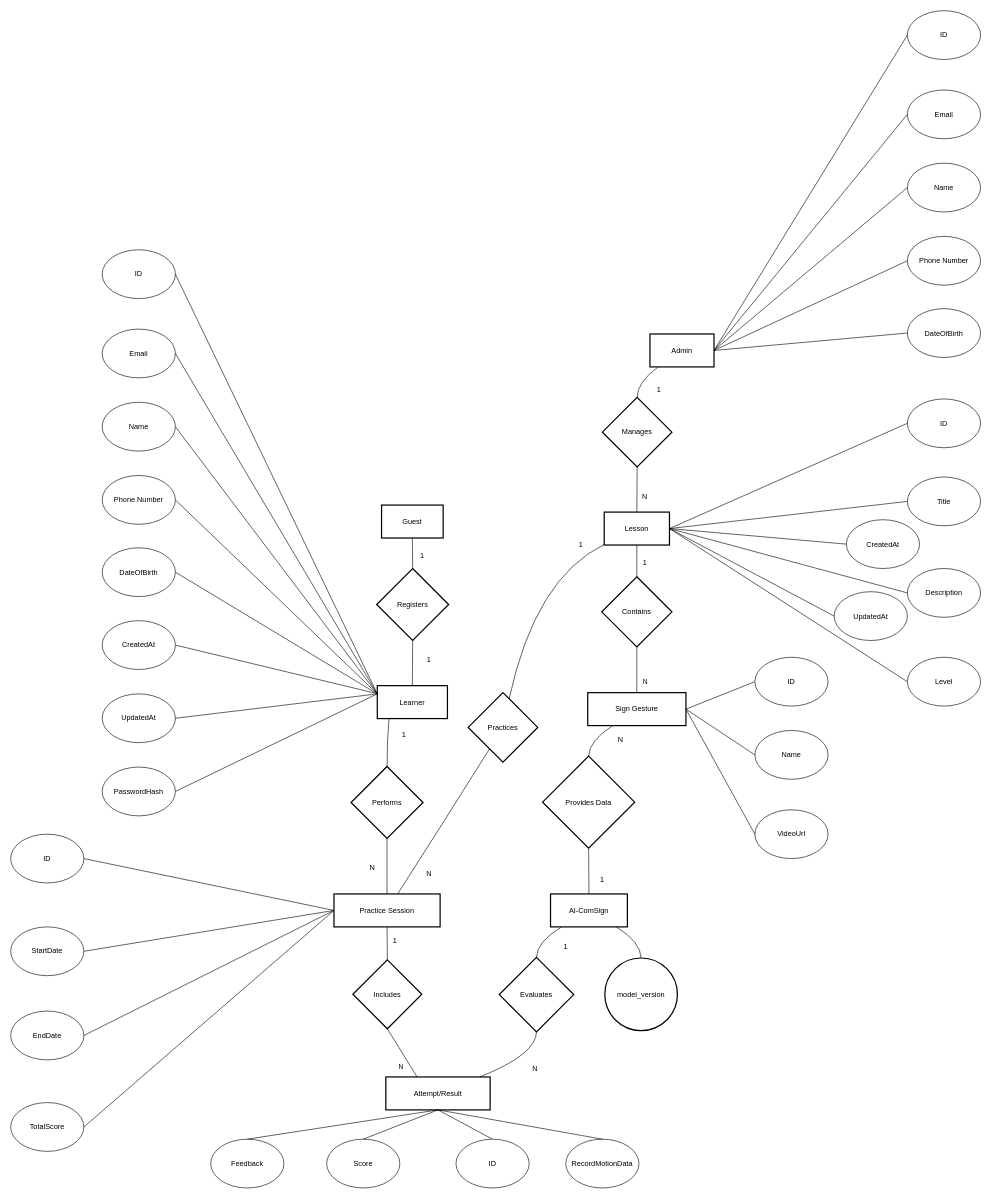
Earlier version of the draw.io diagram docs/ConceptualERD.drawio (CtrlConquerors/AI-ComSign). Source tidied: cells renumbered, new cells numbered last; positions are measured from the earlier drawing's top-left corner, leaving out a move shared by most shapes. Both pictures are drawn from the tidied source at 61%, with x=0, y=0 at pixel (10, 10).
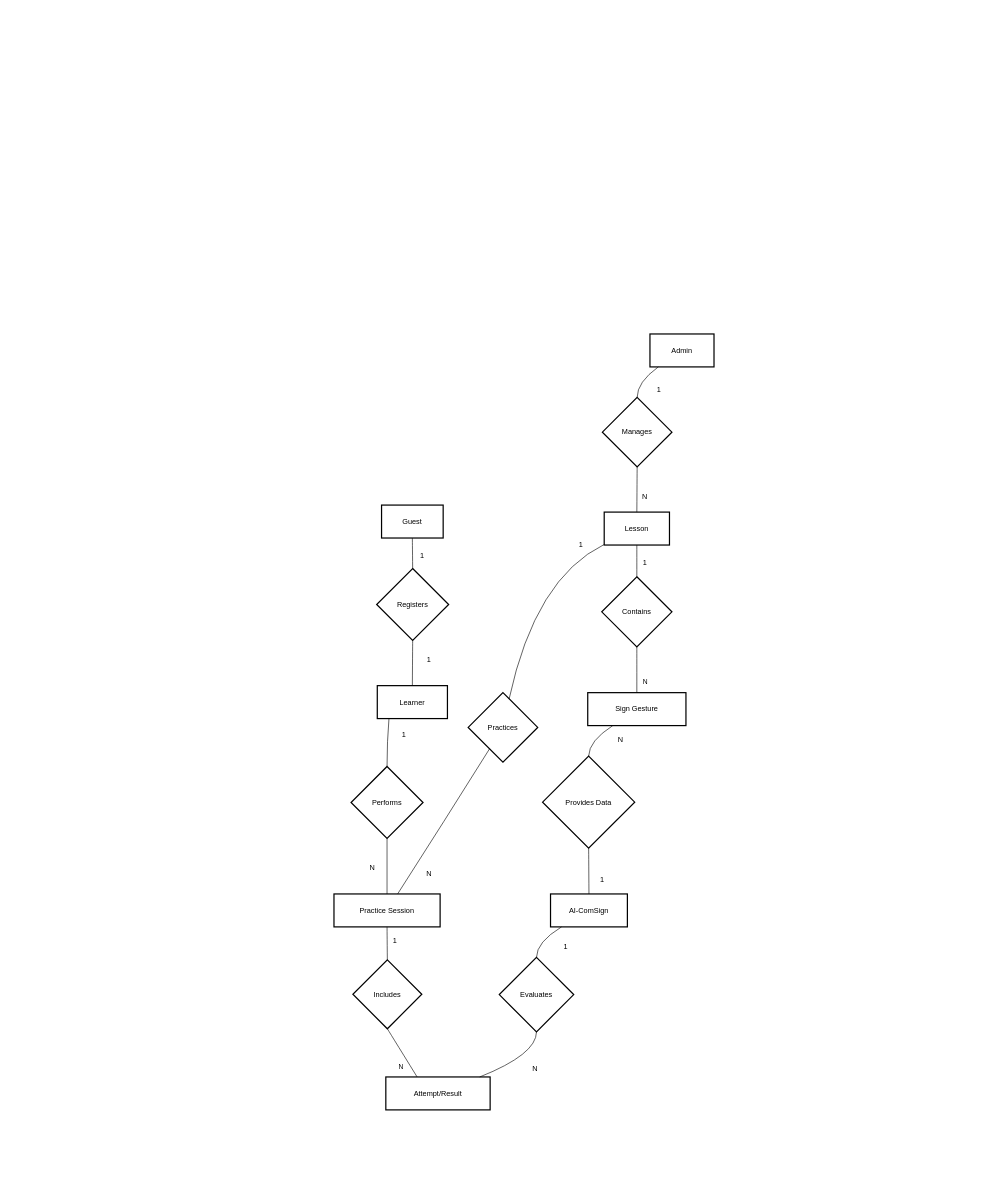
The same diagram, later.

Commit message:
docs: remove entities attributes

Unchanged cells that the change refers to:
```xml
<mxCell id="3" value="Learner" style="whiteSpace=wrap;strokeWidth=2;" parent="1" vertex="1">
  <mxGeometry x="601" y="1106.5" width="115" height="54" as="geometry" />
</mxCell>
<mxCell id="4" value="Admin" style="whiteSpace=wrap;strokeWidth=2;" parent="1" vertex="1">
  <mxGeometry x="1048" y="530" width="105" height="54" as="geometry" />
</mxCell>
<mxCell id="5" value="AI-ComSign" style="whiteSpace=wrap;strokeWidth=2;" parent="1" vertex="1">
  <mxGeometry x="885" y="1448" width="126" height="54" as="geometry" />
</mxCell>
<mxCell id="6" value="Lesson" style="whiteSpace=wrap;strokeWidth=2;" parent="1" vertex="1">
  <mxGeometry x="973" y="822" width="107" height="54" as="geometry" />
</mxCell>
<mxCell id="7" value="Sign Gesture" style="whiteSpace=wrap;strokeWidth=2;" parent="1" vertex="1">
  <mxGeometry x="946" y="1118" width="161" height="54" as="geometry" />
</mxCell>
<mxCell id="8" value="Practice Session" style="whiteSpace=wrap;strokeWidth=2;" parent="1" vertex="1">
  <mxGeometry x="530" y="1448" width="174" height="54" as="geometry" />
</mxCell>
<mxCell id="9" value="Attempt/Result" style="whiteSpace=wrap;strokeWidth=2;" parent="1" vertex="1">
  <mxGeometry x="615" y="1748" width="171" height="54" as="geometry" />
</mxCell>
```

Change to the diagram source:
```diff
@@
-    <mxCell id="22" value="model_version" style="ellipse;strokeWidth=2;whiteSpace=wrap;" parent="1" vertex="1">
-      <mxGeometry x="974" y="1553" width="119" height="119" as="geometry" />
-    </mxCell>
@@
-    <mxCell id="36" style="curved=1;startArrow=none;endArrow=none;exitX=0.85;exitY=0.99;entryX=0.5;entryY=0;rounded=0;" parent="1" edge="1" source="5" target="22">
-      <mxGeometry relative="1" as="geometry">
-        <Array as="points">
-          <mxPoint x="1033" y="1527" />
-        </Array>
-      </mxGeometry>
-    </mxCell>
-    <mxCell id="37" style="curved=1;startArrow=none;endArrow=none;exitX=0.5;exitY=1;entryX=0.5;entryY=0;rounded=0;entryDx=0;entryDy=0;" parent="1" edge="1" source="9" target="52">
-      <mxGeometry relative="1" as="geometry" />
-    </mxCell>
@@
-    <mxCell id="44" value="Name" style="ellipse;whiteSpace=wrap;html=1;" parent="1" vertex="1">
-      <mxGeometry x="150" y="642" width="120" height="80" as="geometry" />
-    </mxCell>
-    <mxCell id="45" value="Phone Number" style="ellipse;whiteSpace=wrap;html=1;" parent="1" vertex="1">
-      <mxGeometry x="150" y="762" width="120" height="80" as="geometry" />
-    </mxCell>
-    <mxCell id="46" value="Email" style="ellipse;whiteSpace=wrap;html=1;" parent="1" vertex="1">
-      <mxGeometry x="150" y="522" width="120" height="80" as="geometry" />
-    </mxCell>
-    <mxCell id="47" value="DateOfBirth" style="ellipse;whiteSpace=wrap;html=1;" parent="1" vertex="1">
-      <mxGeometry x="150" y="880.5" width="120" height="80" as="geometry" />
-    </mxCell>
-    <mxCell id="48" style="endArrow=none;html=1;rounded=0;entryX=0;entryY=0.25;entryDx=0;entryDy=0;exitX=1;exitY=0.5;exitDx=0;exitDy=0;" parent="1" edge="1" source="46" target="3">
-      <mxGeometry relative="1" as="geometry" />
-    </mxCell>
-    <mxCell id="49" style="endArrow=none;html=1;rounded=0;entryX=0;entryY=0.25;entryDx=0;entryDy=0;exitX=1;exitY=0.5;exitDx=0;exitDy=0;" parent="1" edge="1" source="44" target="3">
-      <mxGeometry relative="1" as="geometry" />
-    </mxCell>
-    <mxCell id="50" style="endArrow=none;html=1;rounded=0;entryX=0;entryY=0.25;entryDx=0;entryDy=0;exitX=1;exitY=0.5;exitDx=0;exitDy=0;" parent="1" edge="1" source="45" target="3">
-      <mxGeometry relative="1" as="geometry" />
-    </mxCell>
-    <mxCell id="51" style="endArrow=none;html=1;rounded=0;entryX=0;entryY=0.25;entryDx=0;entryDy=0;exitX=1;exitY=0.5;exitDx=0;exitDy=0;" parent="1" edge="1" source="47" target="3">
-      <mxGeometry relative="1" as="geometry" />
-    </mxCell>
-    <mxCell id="52" value="ID" style="ellipse;whiteSpace=wrap;html=1;" parent="1" vertex="1">
-      <mxGeometry x="730" y="1850" width="120" height="80" as="geometry" />
-    </mxCell>
-    <mxCell id="53" value="Score" style="ellipse;whiteSpace=wrap;html=1;" parent="1" vertex="1">
-      <mxGeometry x="518" y="1850" width="120" height="80" as="geometry" />
-    </mxCell>
-    <mxCell id="54" style="curved=1;startArrow=none;endArrow=none;exitX=0.5;exitY=1;entryX=0.5;entryY=0;rounded=0;entryDx=0;entryDy=0;exitDx=0;exitDy=0;" parent="1" edge="1" source="9" target="53">
-      <mxGeometry relative="1" as="geometry" />
-    </mxCell>
-    <mxCell id="55" value="RecordMotionData" style="ellipse;whiteSpace=wrap;html=1;" parent="1" vertex="1">
-      <mxGeometry x="910" y="1850" width="120" height="80" as="geometry" />
-    </mxCell>
-    <mxCell id="56" style="curved=1;startArrow=none;endArrow=none;exitX=0.5;exitY=1;entryX=0.5;entryY=0;rounded=0;entryDx=0;entryDy=0;exitDx=0;exitDy=0;" parent="1" edge="1" source="9" target="55">
-      <mxGeometry relative="1" as="geometry" />
-    </mxCell>
@@
-    <mxCell id="59" value="Feedback" style="ellipse;whiteSpace=wrap;html=1;" parent="1" vertex="1">
-      <mxGeometry x="328" y="1850" width="120" height="80" as="geometry" />
-    </mxCell>
-    <mxCell id="60" style="endArrow=none;html=1;rounded=0;entryX=0.5;entryY=1;entryDx=0;entryDy=0;exitX=0.5;exitY=0;exitDx=0;exitDy=0;" parent="1" edge="1" source="59" target="9">
-      <mxGeometry relative="1" as="geometry" />
-    </mxCell>
-    <mxCell id="61" value="ID" style="ellipse;whiteSpace=wrap;html=1;" parent="1" vertex="1">
-      <mxGeometry x="150" y="392" width="120" height="80" as="geometry" />
-    </mxCell>
-    <mxCell id="62" style="endArrow=none;html=1;rounded=0;entryX=0;entryY=0.25;entryDx=0;entryDy=0;exitX=1;exitY=0.5;exitDx=0;exitDy=0;" parent="1" edge="1" source="61" target="3">
-      <mxGeometry relative="1" as="geometry" />
-    </mxCell>
-    <mxCell id="63" value="Name" style="ellipse;whiteSpace=wrap;html=1;" parent="1" vertex="1">
-      <mxGeometry x="1470" y="250" width="120" height="80" as="geometry" />
-    </mxCell>
-    <mxCell id="64" value="Phone Number" style="ellipse;whiteSpace=wrap;html=1;" parent="1" vertex="1">
-      <mxGeometry x="1470" y="370" width="120" height="80" as="geometry" />
-    </mxCell>
-    <mxCell id="65" value="Email" style="ellipse;whiteSpace=wrap;html=1;" parent="1" vertex="1">
-      <mxGeometry x="1470" y="130" width="120" height="80" as="geometry" />
-    </mxCell>
-    <mxCell id="66" value="DateOfBirth" style="ellipse;whiteSpace=wrap;html=1;" parent="1" vertex="1">
-      <mxGeometry x="1470" y="488.5" width="120" height="80" as="geometry" />
-    </mxCell>
-    <mxCell id="67" value="ID" style="ellipse;whiteSpace=wrap;html=1;" parent="1" vertex="1">
-      <mxGeometry x="1470" width="120" height="80" as="geometry" />
-    </mxCell>
-    <mxCell id="68" style="endArrow=none;html=1;rounded=0;entryX=0;entryY=0.5;entryDx=0;entryDy=0;exitX=1;exitY=0.5;exitDx=0;exitDy=0;" parent="1" edge="1" source="4" target="67">
-      <mxGeometry relative="1" as="geometry" />
-    </mxCell>
-    <mxCell id="69" style="endArrow=none;html=1;rounded=0;entryX=0;entryY=0.5;entryDx=0;entryDy=0;exitX=1;exitY=0.5;exitDx=0;exitDy=0;" parent="1" edge="1" source="4" target="65">
-      <mxGeometry relative="1" as="geometry" />
-    </mxCell>
-    <mxCell id="70" style="endArrow=none;html=1;rounded=0;entryX=0;entryY=0.5;entryDx=0;entryDy=0;exitX=1;exitY=0.5;exitDx=0;exitDy=0;" parent="1" edge="1" source="4" target="63">
-      <mxGeometry relative="1" as="geometry" />
-    </mxCell>
-    <mxCell id="71" style="endArrow=none;html=1;rounded=0;entryX=0;entryY=0.5;entryDx=0;entryDy=0;exitX=1;exitY=0.5;exitDx=0;exitDy=0;" parent="1" edge="1" source="4" target="64">
-      <mxGeometry relative="1" as="geometry" />
-    </mxCell>
-    <mxCell id="72" style="endArrow=none;html=1;rounded=0;entryX=0;entryY=0.5;entryDx=0;entryDy=0;exitX=1;exitY=0.5;exitDx=0;exitDy=0;" parent="1" edge="1" source="4" target="66">
-      <mxGeometry relative="1" as="geometry" />
-    </mxCell>
@@
-    <mxCell id="76" value="ID" style="ellipse;whiteSpace=wrap;html=1;" parent="1" vertex="1">
-      <mxGeometry x="1220" y="1060" width="120" height="80" as="geometry" />
-    </mxCell>
-    <mxCell id="77" style="endArrow=none;html=1;rounded=0;entryX=0;entryY=0.5;entryDx=0;entryDy=0;exitX=1;exitY=0.5;exitDx=0;exitDy=0;" parent="1" edge="1" source="7" target="76">
-      <mxGeometry relative="1" as="geometry" />
-    </mxCell>
-    <mxCell id="78" value="Name" style="ellipse;whiteSpace=wrap;html=1;" parent="1" vertex="1">
-      <mxGeometry x="1220" y="1180" width="120" height="80" as="geometry" />
-    </mxCell>
-    <mxCell id="79" style="endArrow=none;html=1;rounded=0;entryX=0;entryY=0.5;entryDx=0;entryDy=0;exitX=1;exitY=0.5;exitDx=0;exitDy=0;" parent="1" edge="1" source="7" target="78">
-      <mxGeometry relative="1" as="geometry" />
-    </mxCell>
-    <mxCell id="80" value="VideoUrl" style="ellipse;whiteSpace=wrap;html=1;" parent="1" vertex="1">
-      <mxGeometry x="1220" y="1310" width="120" height="80" as="geometry" />
-    </mxCell>
-    <mxCell id="81" style="endArrow=none;html=1;rounded=0;entryX=0;entryY=0.5;entryDx=0;entryDy=0;exitX=1;exitY=0.5;exitDx=0;exitDy=0;" parent="1" edge="1" source="7" target="80">
-      <mxGeometry relative="1" as="geometry" />
-    </mxCell>
-    <mxCell id="82" value="ID" style="ellipse;whiteSpace=wrap;html=1;" parent="1" vertex="1">
-      <mxGeometry x="1470" y="636.5" width="120" height="80" as="geometry" />
-    </mxCell>
-    <mxCell id="83" value="Title" style="ellipse;whiteSpace=wrap;html=1;" parent="1" vertex="1">
-      <mxGeometry x="1470" y="764.5" width="120" height="80" as="geometry" />
-    </mxCell>
-    <mxCell id="84" value="Description" style="ellipse;whiteSpace=wrap;html=1;" parent="1" vertex="1">
-      <mxGeometry x="1470" y="914.5" width="120" height="80" as="geometry" />
-    </mxCell>
-    <mxCell id="85" value="Level" style="ellipse;whiteSpace=wrap;html=1;" parent="1" vertex="1">
-      <mxGeometry x="1470" y="1060" width="120" height="80" as="geometry" />
-    </mxCell>
-    <mxCell id="86" value="CreatedAt" style="ellipse;whiteSpace=wrap;html=1;" parent="1" vertex="1">
-      <mxGeometry x="1370" y="834.5" width="120" height="80" as="geometry" />
-    </mxCell>
-    <mxCell id="87" value="UpdatedAt" style="ellipse;whiteSpace=wrap;html=1;" parent="1" vertex="1">
-      <mxGeometry x="1350" y="952.5" width="120" height="80" as="geometry" />
-    </mxCell>
-    <mxCell id="88" style="endArrow=none;html=1;rounded=0;exitX=0;exitY=0.5;exitDx=0;exitDy=0;entryX=1;entryY=0.5;entryDx=0;entryDy=0;" parent="1" edge="1" source="86" target="6">
-      <mxGeometry relative="1" as="geometry" />
-    </mxCell>
-    <mxCell id="89" style="endArrow=none;html=1;rounded=0;exitX=0;exitY=0.5;exitDx=0;exitDy=0;entryX=1;entryY=0.5;entryDx=0;entryDy=0;" parent="1" edge="1" source="87" target="6">
-      <mxGeometry relative="1" as="geometry" />
-    </mxCell>
-    <mxCell id="90" style="endArrow=none;html=1;rounded=0;entryX=0;entryY=0.5;entryDx=0;entryDy=0;exitX=1;exitY=0.5;exitDx=0;exitDy=0;" parent="1" edge="1" source="6" target="82">
-      <mxGeometry relative="1" as="geometry" />
-    </mxCell>
-    <mxCell id="91" style="endArrow=none;html=1;rounded=0;entryX=0;entryY=0.5;entryDx=0;entryDy=0;exitX=1;exitY=0.5;exitDx=0;exitDy=0;" parent="1" edge="1" source="6" target="83">
-      <mxGeometry relative="1" as="geometry" />
-    </mxCell>
-    <mxCell id="92" style="endArrow=none;html=1;rounded=0;entryX=0;entryY=0.5;entryDx=0;entryDy=0;exitX=1;exitY=0.5;exitDx=0;exitDy=0;" parent="1" edge="1" source="6" target="84">
-      <mxGeometry relative="1" as="geometry" />
-    </mxCell>
-    <mxCell id="93" style="endArrow=none;html=1;rounded=0;entryX=0;entryY=0.5;entryDx=0;entryDy=0;exitX=1;exitY=0.5;exitDx=0;exitDy=0;" parent="1" edge="1" source="6" target="85">
-      <mxGeometry relative="1" as="geometry" />
-    </mxCell>
@@
-    <mxCell id="96" value="ID" style="ellipse;whiteSpace=wrap;html=1;" parent="1" vertex="1">
-      <mxGeometry y="1350" width="120" height="80" as="geometry" />
-    </mxCell>
-    <mxCell id="97" value="StartDate" style="ellipse;whiteSpace=wrap;html=1;" parent="1" vertex="1">
-      <mxGeometry y="1502" width="120" height="80" as="geometry" />
-    </mxCell>
-    <mxCell id="98" value="EndDate" style="ellipse;whiteSpace=wrap;html=1;" parent="1" vertex="1">
-      <mxGeometry y="1640" width="120" height="80" as="geometry" />
-    </mxCell>
-    <mxCell id="99" value="TotalScore" style="ellipse;whiteSpace=wrap;html=1;" parent="1" vertex="1">
-      <mxGeometry y="1790" width="120" height="80" as="geometry" />
-    </mxCell>
-    <mxCell id="100" value="CreatedAt" style="ellipse;whiteSpace=wrap;html=1;" parent="1" vertex="1">
-      <mxGeometry x="150" y="1000" width="120" height="80" as="geometry" />
-    </mxCell>
-    <mxCell id="101" value="UpdatedAt" style="ellipse;whiteSpace=wrap;html=1;" parent="1" vertex="1">
-      <mxGeometry x="150" y="1120" width="120" height="80" as="geometry" />
-    </mxCell>
-    <mxCell id="102" value="PasswordHash" style="ellipse;whiteSpace=wrap;html=1;" parent="1" vertex="1">
-      <mxGeometry x="150" y="1240" width="120" height="80" as="geometry" />
-    </mxCell>
-    <mxCell id="103" style="endArrow=none;html=1;rounded=0;exitX=1;exitY=0.5;exitDx=0;exitDy=0;" parent="1" edge="1" source="100" target="3">
-      <mxGeometry relative="1" as="geometry" />
-    </mxCell>
-    <mxCell id="104" style="endArrow=none;html=1;rounded=0;exitX=1;exitY=0.5;exitDx=0;exitDy=0;entryX=0;entryY=0.25;entryDx=0;entryDy=0;" parent="1" edge="1" source="101" target="3">
-      <mxGeometry relative="1" as="geometry" />
-    </mxCell>
-    <mxCell id="105" style="endArrow=none;html=1;rounded=0;exitX=1;exitY=0.5;exitDx=0;exitDy=0;entryX=0;entryY=0.25;entryDx=0;entryDy=0;" parent="1" edge="1" source="102" target="3">
-      <mxGeometry relative="1" as="geometry" />
-    </mxCell>
-    <mxCell id="106" style="endArrow=none;html=1;rounded=0;entryX=0;entryY=0.5;entryDx=0;entryDy=0;exitX=1;exitY=0.5;exitDx=0;exitDy=0;" parent="1" edge="1" source="96" target="8">
-      <mxGeometry relative="1" as="geometry" />
-    </mxCell>
-    <mxCell id="107" style="endArrow=none;html=1;rounded=0;entryX=0;entryY=0.5;entryDx=0;entryDy=0;exitX=1;exitY=0.5;exitDx=0;exitDy=0;" parent="1" edge="1" source="97" target="8">
-      <mxGeometry relative="1" as="geometry" />
-    </mxCell>
-    <mxCell id="108" style="endArrow=none;html=1;rounded=0;entryX=0;entryY=0.5;entryDx=0;entryDy=0;exitX=1;exitY=0.5;exitDx=0;exitDy=0;" parent="1" edge="1" source="98" target="8">
-      <mxGeometry relative="1" as="geometry" />
-    </mxCell>
-    <mxCell id="109" style="endArrow=none;html=1;rounded=0;entryX=0;entryY=0.5;entryDx=0;entryDy=0;exitX=1;exitY=0.5;exitDx=0;exitDy=0;" parent="1" edge="1" source="99" target="8">
-      <mxGeometry relative="1" as="geometry" />
-    </mxCell>
```
